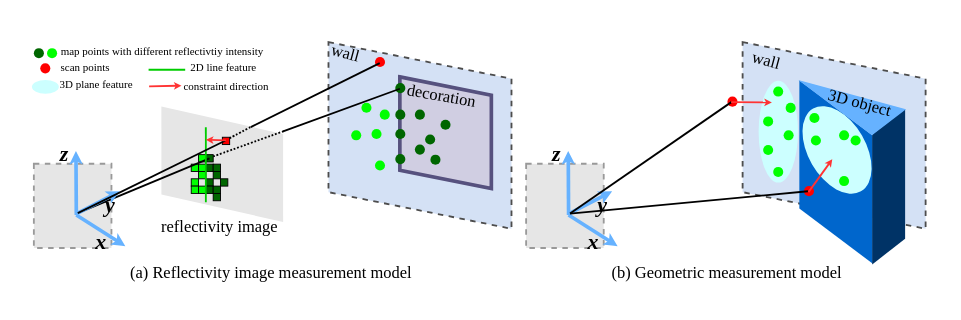
zzywhu/drawio keeps this draw.io diagram as R3SLAM/constraint.drawio. Above is the earlier version. Source tidied: cells renumbered, new cells numbered last; positions are measured from the earlier drawing's top-left corner, leaving out a move shared by most shapes. Both pictures are drawn from the tidied source at 183%, with x=0, y=0 at pixel (33, 37). Pictures stored in the file or linked from it are replaced by grey dashed boxes.
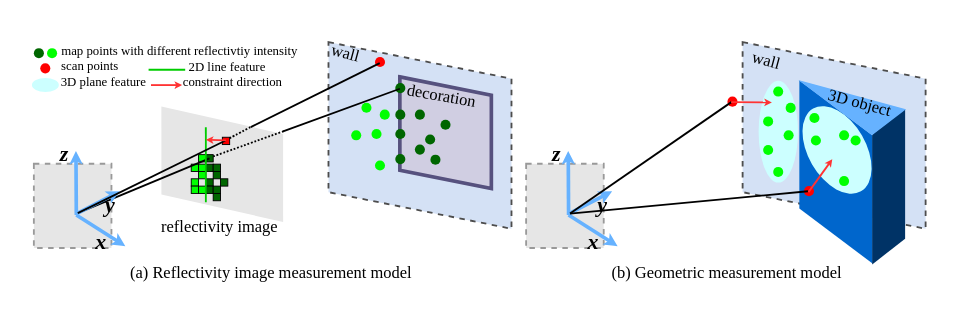
After the change.

Diff of the diagram source:
```diff
@@
-    <mxCell id="91" value="&lt;font face=&quot;Times New Roman&quot; style=&quot;font-size: 6px;&quot;&gt;map points with different reflectivtiy intensity&lt;/font&gt;" style="text;html=1;whiteSpace=wrap;strokeColor=none;fillColor=none;align=center;verticalAlign=middle;rounded=0;rotation=0;" parent="1" vertex="1">
-      <mxGeometry x="12.2" y="3.5" width="116.8" height="5.3" as="geometry" />
+    <mxCell id="91" value="&lt;font face=&quot;Times New Roman&quot;&gt;map points with different reflectivtiy intensity&lt;/font&gt;" style="text;html=1;whiteSpace=wrap;strokeColor=none;fillColor=none;align=center;verticalAlign=middle;rounded=0;rotation=0;fontSize=7;" parent="1" vertex="1">
+      <mxGeometry x="11.2" y="5.5" width="137.8" height="5.3" as="geometry" />
     </mxCell>
@@
-    <mxCell id="93" value="&lt;font face=&quot;Times New Roman&quot; style=&quot;font-size: 6px;&quot;&gt;scan points&lt;/font&gt;" style="text;html=1;whiteSpace=wrap;strokeColor=none;fillColor=none;align=center;verticalAlign=middle;rounded=0;rotation=0;" parent="1" vertex="1">
-      <mxGeometry x="12.2" y="12.3" width="32.5" height="5.3" as="geometry" />
+    <mxCell id="93" value="&lt;font face=&quot;Times New Roman&quot;&gt;scan points&lt;/font&gt;" style="text;html=1;whiteSpace=wrap;strokeColor=none;fillColor=none;align=center;verticalAlign=middle;rounded=0;rotation=0;fontSize=7;" parent="1" vertex="1">
+      <mxGeometry x="12.1" y="13.1" width="37.8" height="5.3" as="geometry" />
     </mxCell>
@@
-    <mxCell id="95" value="&lt;font face=&quot;Times New Roman&quot;&gt;&lt;span style=&quot;font-size: 6px;&quot;&gt;2D line feature&lt;/span&gt;&lt;/font&gt;" style="text;html=1;whiteSpace=wrap;strokeColor=none;fillColor=none;align=center;verticalAlign=middle;rounded=0;rotation=0;" parent="1" vertex="1">
-      <mxGeometry x="79.7" y="12.3" width="48" height="5.3" as="geometry" />
+    <mxCell id="95" value="&lt;font face=&quot;Times New Roman&quot;&gt;&lt;span&gt;2D line feature&lt;/span&gt;&lt;/font&gt;" style="text;html=1;whiteSpace=wrap;strokeColor=none;fillColor=none;align=center;verticalAlign=middle;rounded=0;rotation=0;fontSize=7;" parent="1" vertex="1">
+      <mxGeometry x="80.7" y="14.3" width="50.3" height="5.3" as="geometry" />
     </mxCell>
     <mxCell id="96" style="ellipse;whiteSpace=wrap;html=1;strokeColor=none;fillColor=#CCFFFF;rotation=90;" parent="1" vertex="1">
-      <mxGeometry x="2.5" y="19.6" width="7.6" height="14.7" as="geometry" />
+      <mxGeometry x="2.5" y="18.6" width="7.6" height="14.7" as="geometry" />
     </mxCell>
-    <mxCell id="97" value="&lt;font face=&quot;Times New Roman&quot; style=&quot;font-size: 6px;&quot;&gt;3D plane feature&lt;/font&gt;" style="text;html=1;whiteSpace=wrap;strokeColor=none;fillColor=none;align=center;verticalAlign=middle;rounded=0;rotation=0;" parent="1" vertex="1">
-      <mxGeometry x="13.2" y="21.4" width="42.5" height="5.3" as="geometry" />
+    <mxCell id="97" value="&lt;font face=&quot;Times New Roman&quot;&gt;3D plane feature&lt;/font&gt;" style="text;html=1;whiteSpace=wrap;strokeColor=none;fillColor=none;align=center;verticalAlign=middle;rounded=0;rotation=0;fontSize=7;" parent="1" vertex="1">
+      <mxGeometry x="10" y="22.5" width="56.8" height="5.3" as="geometry" />
     </mxCell>
     <mxCell id="98" style="endArrow=classic;html=1;rounded=0;curved=1;strokeColor=#FF3333;endSize=1;" parent="1" edge="1">
       <mxGeometry relative="1" as="geometry">
-        <mxPoint x="63" y="26.7" as="sourcePoint" />
-        <mxPoint x="80.7" y="26.3" as="targetPoint" />
+        <mxPoint x="64" y="26" as="sourcePoint" />
+        <mxPoint x="81" y="26" as="targetPoint" />
       </mxGeometry>
     </mxCell>
-    <mxCell id="99" value="&lt;font face=&quot;Times New Roman&quot;&gt;&lt;span style=&quot;font-size: 6px;&quot;&gt;constraint direction&lt;/span&gt;&lt;/font&gt;" style="text;html=1;whiteSpace=wrap;strokeColor=none;fillColor=none;align=center;verticalAlign=middle;rounded=0;rotation=0;" parent="1" vertex="1">
-      <mxGeometry x="77.7" y="21.9" width="55" height="5.3" as="geometry" />
+    <mxCell id="99" value="&lt;font face=&quot;Times New Roman&quot;&gt;&lt;span&gt;constraint direction&lt;/span&gt;&lt;/font&gt;" style="text;html=1;whiteSpace=wrap;strokeColor=none;fillColor=none;align=center;verticalAlign=middle;rounded=0;rotation=0;fontSize=7;" parent="1" vertex="1">
+      <mxGeometry x="77.7" y="21.9" width="62.3" height="5.3" as="geometry" />
     </mxCell>
```
